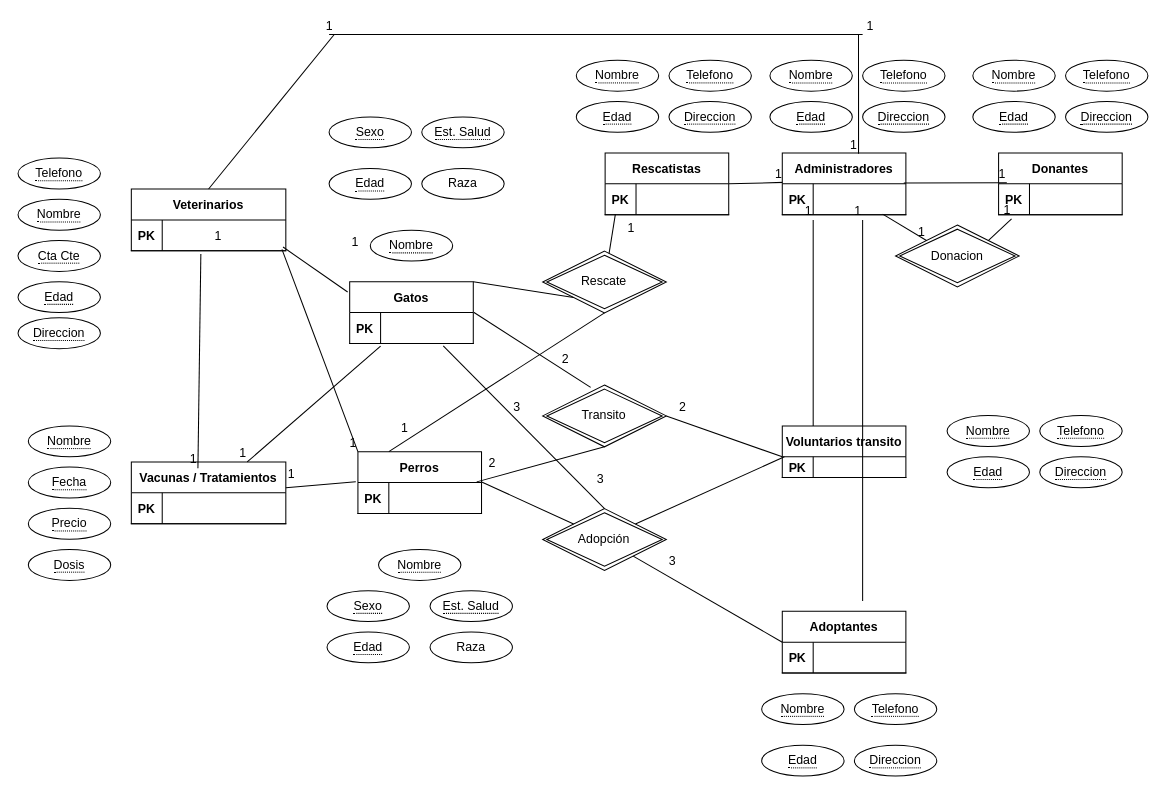
Before: Diagrama sin título.drawio in Dfrugone/ITFS-4, a draw.io diagram. Source tidied: cells renumbered, new cells numbered last; positions are measured from the earlier drawing's top-left corner, leaving out a move shared by most shapes. Both pictures are drawn from the tidied source at 103%, with x=0, y=0 at pixel (18, 34).
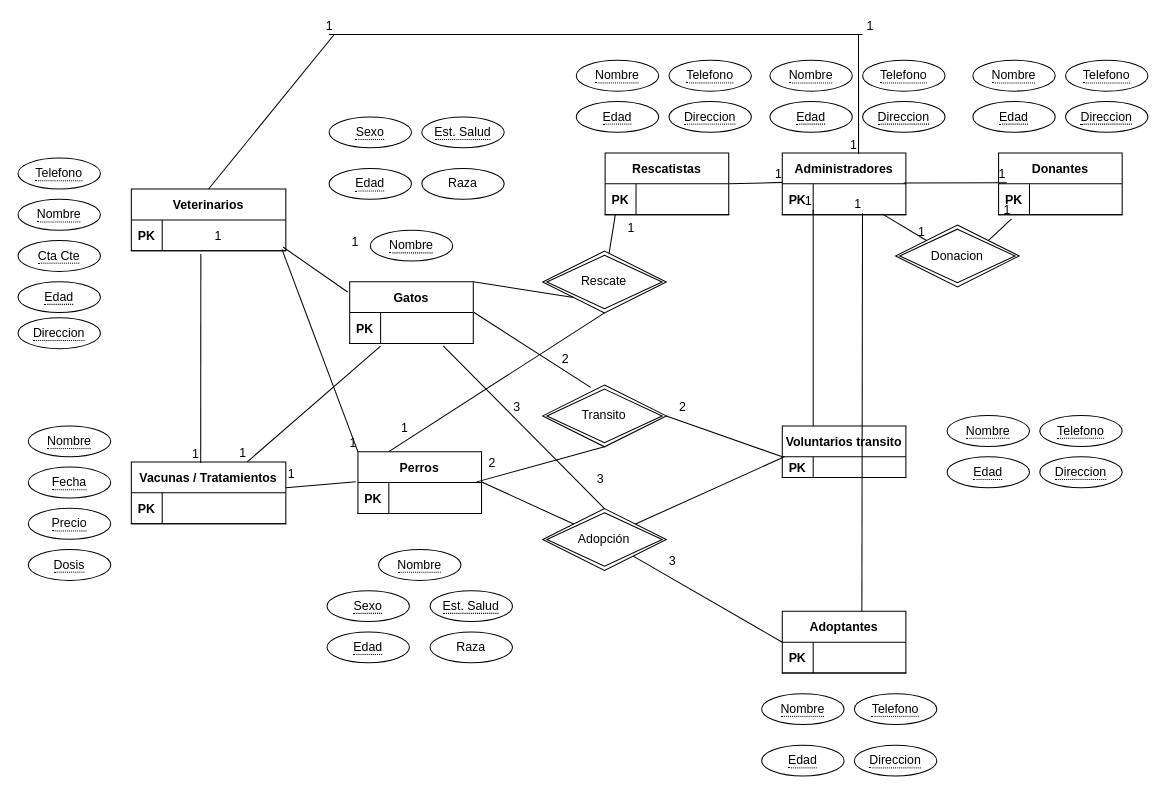
The same diagram, later.

Unchanged cells that the change refers to:
```xml
<mxCell id="18" value="Voluntarios transito" style="shape=table;startSize=30;childLayout=tableLayout;rowLines=0;fontStyle=1;align=center;" parent="1" vertex="1">
  <mxGeometry x="742" y="380" width="120" height="50" as="geometry" />
</mxCell>
<mxCell id="22" value="Adoptantes" style="shape=table;startSize=30;childLayout=tableLayout;rowLines=0;fontStyle=1;align=center;" parent="1" vertex="1">
  <mxGeometry x="742" y="560" width="120" height="60" as="geometry" />
</mxCell>
<mxCell id="67" value="Vacunas / Tratamientos" style="shape=table;startSize=30;childLayout=tableLayout;rowLines=0;fontStyle=1;align=center;" parent="1" vertex="1">
  <mxGeometry x="110" y="415" width="150" height="60" as="geometry" />
</mxCell>
<mxCell id="82" style="shape=partialRectangle;fillColor=none;points=[[0,0.5],[1,0.5]];portConstraint=eastwest;top=0;left=0;right=0;bottom=1;" parent="81" vertex="1">
  <mxGeometry y="30" width="120" height="30" as="geometry" />
</mxCell>
<mxCell id="109" style="shape=partialRectangle;fillColor=none;points=[[0,0.5],[1,0.5]];portConstraint=eastwest;top=0;left=0;right=0;bottom=1;" parent="108" vertex="1">
  <mxGeometry y="30" width="150" height="30" as="geometry" />
</mxCell>
```

What changed in the source:
```diff
@@
-    <mxCell id="99" style="endArrow=none;html=1;rounded=0;fontSize=12;startSize=8;endSize=8;curved=1;exitX=0.25;exitY=0;exitDx=0;exitDy=0;" parent="1" edge="1" source="18">
-      <mxGeometry relative="1" as="geometry">
-        <mxPoint x="772" y="180" as="targetPoint" />
-      </mxGeometry>
+    <mxCell id="99" style="endArrow=none;html=1;rounded=0;fontSize=12;startSize=8;endSize=8;curved=1;exitX=0.25;exitY=0;exitDx=0;exitDy=0;entryX=0.25;entryY=0.833;entryDx=0;entryDy=0;entryPerimeter=0;" parent="1" edge="1" source="18" target="82">
+      <mxGeometry relative="1" as="geometry" />
     </mxCell>
@@
-    <mxCell id="101" style="endArrow=none;html=1;rounded=0;fontSize=12;startSize=8;endSize=8;curved=1;entryX=0.65;entryY=1.167;entryDx=0;entryDy=0;entryPerimeter=0;" parent="1" edge="1" target="82">
-      <mxGeometry relative="1" as="geometry">
-        <mxPoint x="820" y="550" as="sourcePoint" />
-      </mxGeometry>
+    <mxCell id="101" style="endArrow=none;html=1;rounded=0;fontSize=12;startSize=8;endSize=8;curved=1;exitX=0.644;exitY=0.001;exitDx=0;exitDy=0;exitPerimeter=0;entryX=0.649;entryY=0.949;entryDx=0;entryDy=0;entryPerimeter=0;" parent="1" edge="1" source="22" target="82">
+      <mxGeometry relative="1" as="geometry" />
     </mxCell>
@@
-    <mxCell id="116" style="endArrow=none;html=1;rounded=0;fontSize=12;startSize=8;endSize=8;curved=1;exitX=0.45;exitY=1.105;exitDx=0;exitDy=0;exitPerimeter=0;entryX=0.431;entryY=0.1;entryDx=0;entryDy=0;entryPerimeter=0;" parent="1" edge="1" source="109" target="67">
+    <mxCell id="116" style="endArrow=none;html=1;rounded=0;fontSize=12;startSize=8;endSize=8;curved=1;exitX=0.45;exitY=1.105;exitDx=0;exitDy=0;exitPerimeter=0;entryX=0.449;entryY=0.017;entryDx=0;entryDy=0;entryPerimeter=0;" parent="1" edge="1" source="109" target="67">
       <mxGeometry relative="1" as="geometry" />
     </mxCell>
```
